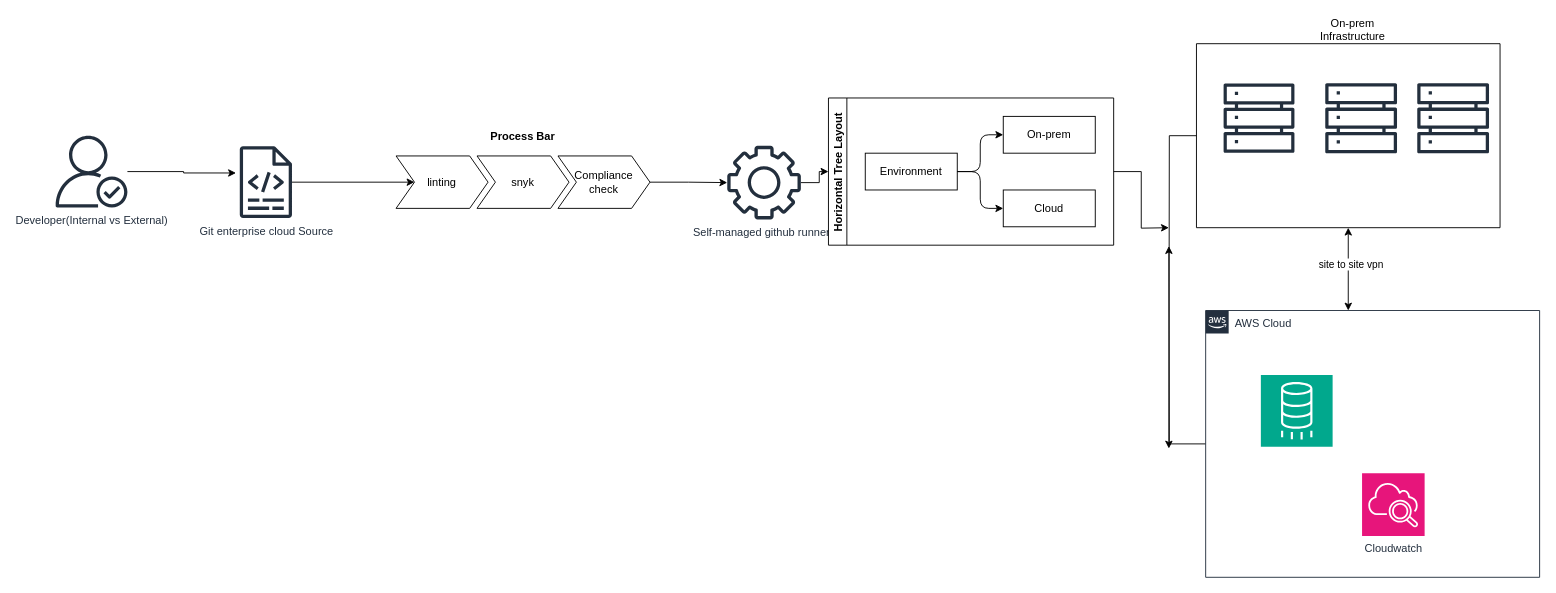
Above: Untitled Diagram.drawio in aurorafk/technical-designs (draw.io), before the change. Source tidied: cells renumbered, new cells numbered last; positions are measured from the earlier drawing's top-left corner, leaving out a move shared by most shapes. Both pictures are drawn from the tidied source at 92%, with x=0, y=0 at pixel (55, 16).
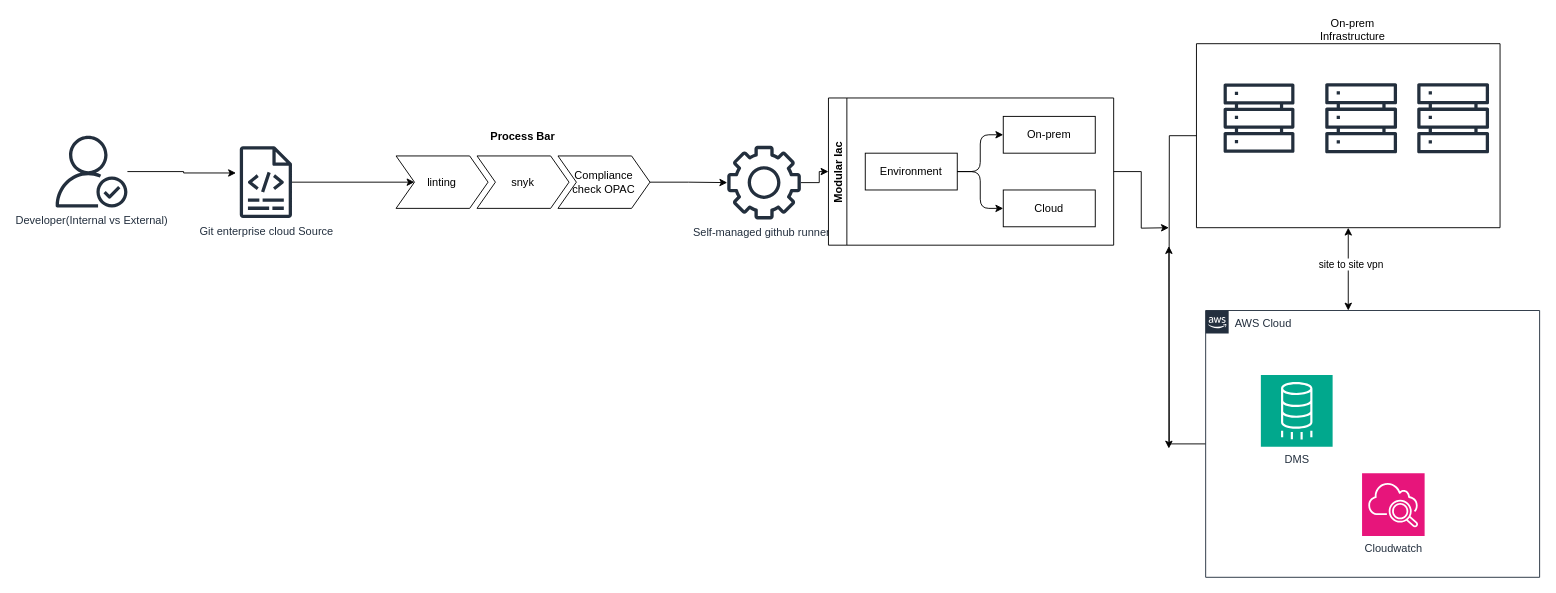
The same diagram, later.

Unchanged cells that the change refers to:
```xml
<mxCell id="9" value="AWS Cloud" style="points=[[0,0],[0.25,0],[0.5,0],[0.75,0],[1,0],[1,0.25],[1,0.5],[1,0.75],[1,1],[0.75,1],[0.5,1],[0.25,1],[0,1],[0,0.75],[0,0.5],[0,0.25]];outlineConnect=0;gradientColor=none;html=1;whiteSpace=wrap;fontSize=12;fontStyle=0;shape=mxgraph.aws4.group;grIcon=mxgraph.aws4.group_aws_cloud_alt;strokeColor=#232F3E;fillColor=none;verticalAlign=top;align=left;spacingLeft=30;fontColor=#232F3E;dashed=0;" parent="1" vertex="1">
  <mxGeometry x="1250" y="320" width="363" height="290" as="geometry" />
</mxCell>
<mxCell id="16" value="Process Bar" style="swimlane;horizontal=1;fillColor=none;strokeColor=none;stackBorder=10;align=center;whiteSpace=wrap;html=1;" parent="1" vertex="1">
  <mxGeometry x="360" y="119" width="296" height="100" as="geometry" />
</mxCell>
```

What changed in the source:
```diff
@@
-    <mxCell id="11" style="sketch=0;fontColor=#232F3E;fillColor=#01A88D;strokeColor=#ffffff;dashed=0;verticalLabelPosition=bottom;verticalAlign=top;align=center;html=1;fontSize=12;fontStyle=0;shape=mxgraph.aws4.resourceIcon;resIcon=mxgraph.aws4.database_migration_service;" parent="9" vertex="1">
+    <mxCell id="11" value="DMS" style="sketch=0;fontColor=#232F3E;fillColor=#01A88D;strokeColor=#ffffff;dashed=0;verticalLabelPosition=bottom;verticalAlign=top;align=center;html=1;fontSize=12;fontStyle=0;shape=mxgraph.aws4.resourceIcon;resIcon=mxgraph.aws4.database_migration_service;" parent="9" vertex="1">
       <mxGeometry x="60" y="70" width="78" height="78" as="geometry" />
     </mxCell>
@@
-    <mxCell id="19" value="Compliance check" style="shape=step;perimeter=stepPerimeter;fixedSize=1;points=[];whiteSpace=wrap;html=1;" parent="16" vertex="1">
+    <mxCell id="19" value="Compliance check OPAC" style="shape=step;perimeter=stepPerimeter;fixedSize=1;points=[];whiteSpace=wrap;html=1;" parent="16" vertex="1">
       <mxGeometry x="186" y="33" width="100" height="57" as="geometry" />
     </mxCell>
@@
-    <mxCell id="21" value="Horizontal Tree Layout" style="swimlane;startSize=20;horizontal=0;horizontalTree=1;sortEdges=1;containerType=tree;fontSize=12;" parent="1" vertex="1">
+    <mxCell id="21" value="Modular Iac" style="swimlane;startSize=20;horizontal=0;horizontalTree=1;sortEdges=1;containerType=tree;fontSize=12;" parent="1" vertex="1">
       <mxGeometry x="840" y="89" width="310" height="160" as="geometry" />
     </mxCell>
```
